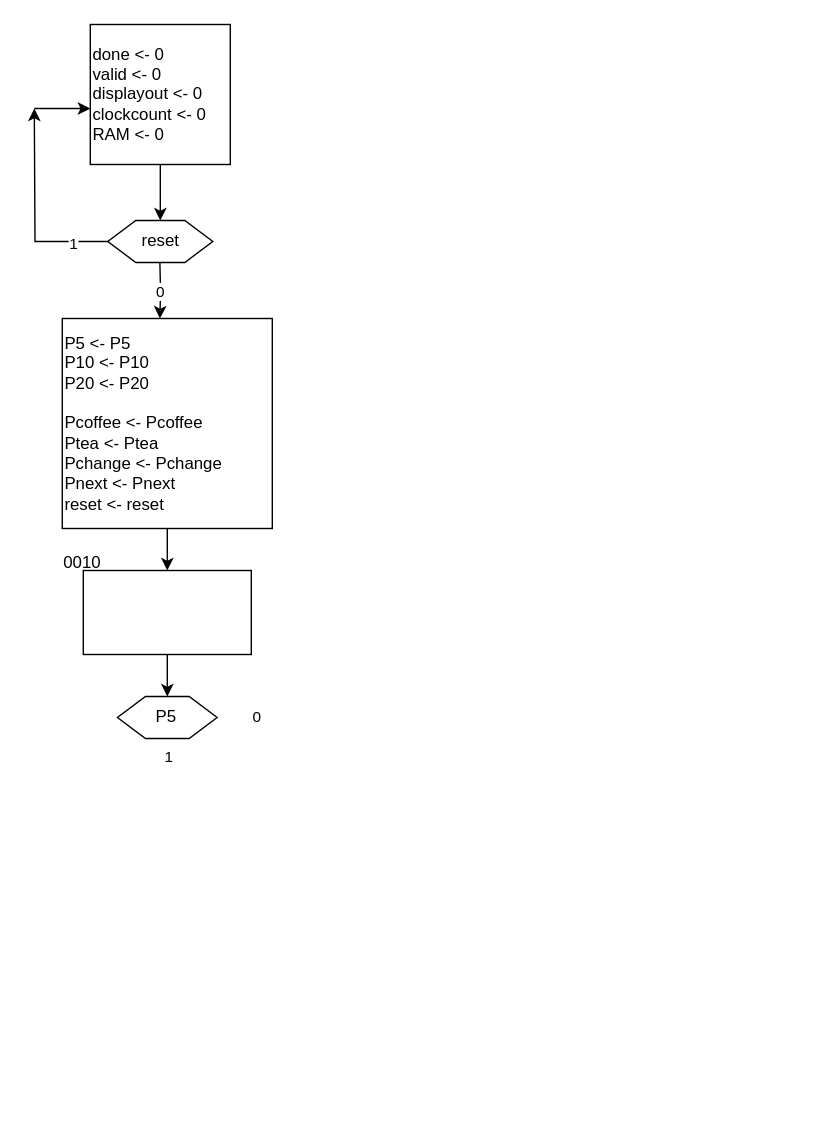
bookpanda/2110263-DIG-LOGIC-LAB-I keeps this draw.io diagram as Lab10/rom_2_ram.drawio. Above is the earlier version. Source tidied: cells renumbered, new cells numbered last; positions are measured from the earlier drawing's top-left corner, leaving out a move shared by most shapes. Both pictures are drawn from the tidied source at 140%, with x=0, y=0 at pixel (34, 24).
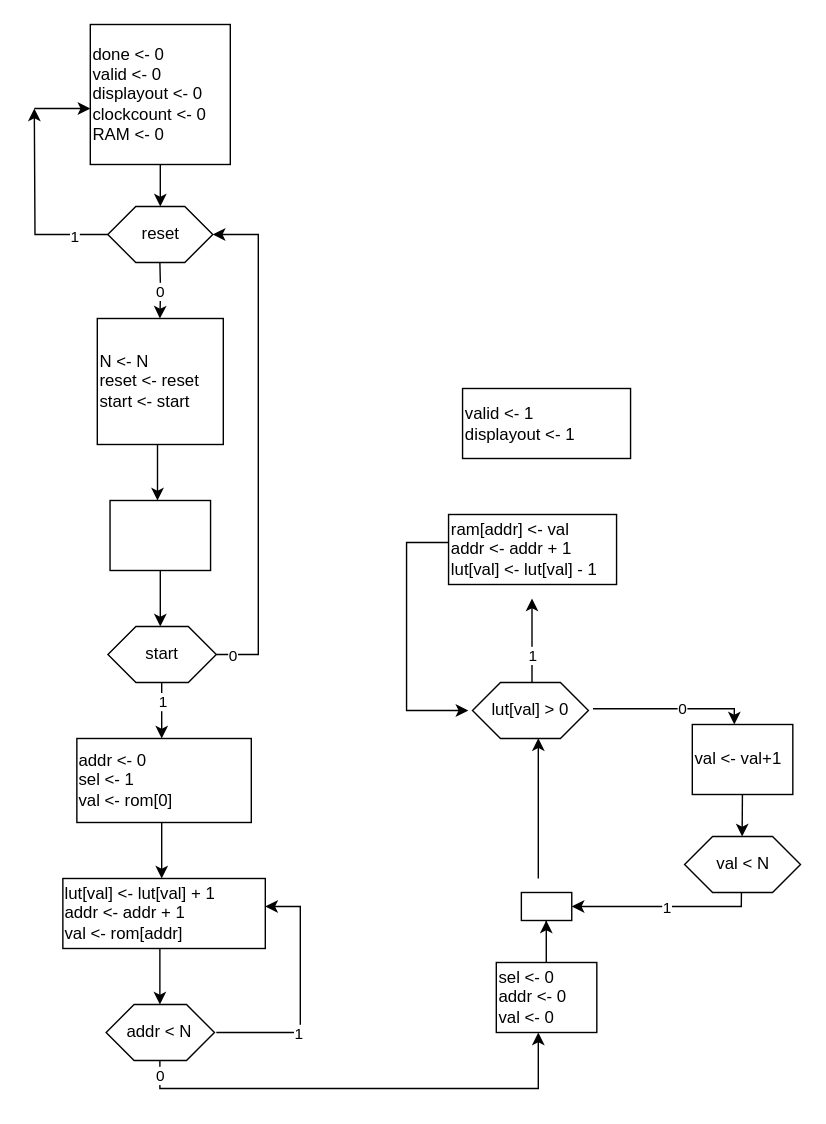
After the change.

What changed in the source:
```diff
@@
     <mxCell id="6" value="reset" style="shape=hexagon;perimeter=hexagonPerimeter2;whiteSpace=wrap;html=1;fixedSize=1;" parent="1" vertex="1">
-      <mxGeometry x="52.5" y="140" width="75" height="30" as="geometry" />
+      <mxGeometry x="52.5" y="130" width="75" height="40" as="geometry" />
     </mxCell>
@@
     <mxCell id="8" style="edgeStyle=orthogonalEdgeStyle;rounded=0;jettySize=auto;html=1;" parent="1" edge="1" source="9" target="11">
-      <mxGeometry relative="1" as="geometry" />
+      <mxGeometry relative="1" as="geometry">
+        <Array as="points">
+          <mxPoint x="88" y="310" />
+          <mxPoint x="88" y="310" />
+        </Array>
+      </mxGeometry>
     </mxCell>
-    <mxCell id="9" value="P5 &amp;lt;- P5&lt;br&gt;P10 &amp;lt;- P10&lt;br&gt;P20 &amp;lt;- P20&lt;br&gt;&lt;br&gt;Pcoffee &amp;lt;- Pcoffee&lt;br&gt;Ptea &amp;lt;- Ptea&lt;br&gt;&lt;div style=&quot;&quot;&gt;&lt;span style=&quot;background-color: initial;&quot;&gt;Pchange &amp;lt;- Pchange&lt;/span&gt;&lt;/div&gt;&lt;div style=&quot;&quot;&gt;&lt;span style=&quot;background-color: initial;&quot;&gt;Pnext &amp;lt;- Pnext&lt;br&gt;&lt;/span&gt;&lt;/div&gt;&lt;div style=&quot;&quot;&gt;reset &amp;lt;- reset&lt;/div&gt;" style="whiteSpace=wrap;html=1;align=left;" parent="1" vertex="1">
-      <mxGeometry x="20" y="210" width="150" height="150" as="geometry" />
+    <mxCell id="9" value="N &amp;lt;- N&lt;br&gt;reset &amp;lt;- reset&lt;br&gt;start &amp;lt;- start&lt;br&gt;" style="whiteSpace=wrap;html=1;align=left;" parent="1" vertex="1">
+      <mxGeometry x="45" y="210" width="90" height="90" as="geometry" />
     </mxCell>
     <mxCell id="10" style="edgeStyle=orthogonalEdgeStyle;rounded=0;jettySize=auto;html=1;" parent="1" edge="1" source="11" target="14">
-      <mxGeometry relative="1" as="geometry" />
+      <mxGeometry relative="1" as="geometry">
+        <Array as="points">
+          <mxPoint x="90" y="420" />
+          <mxPoint x="90" y="420" />
+        </Array>
+      </mxGeometry>
     </mxCell>
     <mxCell id="11" style="whiteSpace=wrap;html=1;align=left;" parent="1" vertex="1">
-      <mxGeometry x="35" y="390" width="120" height="60" as="geometry" />
+      <mxGeometry x="54.1" y="340" width="71.8" height="50" as="geometry" />
     </mxCell>
-    <mxCell id="12" value="0" style="edgeLabel;html=1;align=center;verticalAlign=middle;" parent="1" vertex="1">
-      <mxGeometry x="158.6" y="494" as="geometry" />
-    </mxCell>
-    <mxCell id="13" value="1" style="edgeLabel;html=1;align=center;verticalAlign=middle;" parent="1" vertex="1">
-      <mxGeometry x="95.1" y="522" as="geometry" />
-    </mxCell>
-    <mxCell id="14" value="P5" style="shape=hexagon;perimeter=hexagonPerimeter2;whiteSpace=wrap;html=1;fixedSize=1;" parent="1" vertex="1">
-      <mxGeometry x="59.4" y="480" width="71.2" height="30" as="geometry" />
+    <mxCell id="14" value="start" style="shape=hexagon;perimeter=hexagonPerimeter2;whiteSpace=wrap;html=1;fixedSize=1;" parent="1" vertex="1">
+      <mxGeometry x="52.6" y="430" width="77.4" height="40" as="geometry" />
     </mxCell>
-    <mxCell id="15" value="0010" style="text;html=1;align=center;verticalAlign=middle;strokeColor=none;fillColor=none;" parent="1" vertex="1">
-      <mxGeometry x="9.4" y="370" width="50" height="30" as="geometry" />
-    </mxCell>
@@
+    <mxCell id="17" style="endArrow=classic;html=1;rounded=0;entryX=1;entryY=0.5;entryDx=0;entryDy=0;" parent="1" edge="1" target="6">
+      <mxGeometry relative="1" as="geometry">
+        <mxPoint x="130" y="450" as="sourcePoint" />
+        <Array as="points">
+          <mxPoint x="160" y="450" />
+          <mxPoint x="160" y="150" />
+        </Array>
+      </mxGeometry>
+    </mxCell>
+    <mxCell id="18" value="0" style="edgeLabel;html=1;align=center;verticalAlign=middle;" parent="17" vertex="1">
+      <mxGeometry x="-0.94" relative="1" as="geometry" />
+    </mxCell>
+    <mxCell id="19" style="edgeStyle=orthogonalEdgeStyle;rounded=0;orthogonalLoop=1;jettySize=auto;html=1;" parent="1" edge="1">
+      <mxGeometry relative="1" as="geometry">
+        <mxPoint x="91" y="470" as="sourcePoint" />
+        <mxPoint x="91" y="510" as="targetPoint" />
+        <Array as="points">
+          <mxPoint x="91" y="500" />
+          <mxPoint x="91" y="500" />
+        </Array>
+      </mxGeometry>
+    </mxCell>
+    <mxCell id="20" value="1&lt;br&gt;" style="edgeLabel;html=1;align=center;verticalAlign=middle;" parent="19" vertex="1">
+      <mxGeometry x="-0.34" relative="1" as="geometry" />
+    </mxCell>
+    <mxCell id="21" value="addr &amp;lt;- 0&lt;br&gt;sel &amp;lt;- 1&lt;br&gt;val &amp;lt;- rom[0]" style="whiteSpace=wrap;html=1;align=left;" parent="1" vertex="1">
+      <mxGeometry x="30.4" y="510" width="124.6" height="60" as="geometry" />
+    </mxCell>
+    <mxCell id="22" value="sel &amp;lt;- 0&lt;br&gt;addr &amp;lt;- 0&lt;br&gt;val &amp;lt;- 0" style="whiteSpace=wrap;html=1;align=left;" parent="1" vertex="1">
+      <mxGeometry x="330" y="670" width="71.8" height="50" as="geometry" />
+    </mxCell>
+    <mxCell id="23" style="edgeStyle=orthogonalEdgeStyle;rounded=0;orthogonalLoop=1;jettySize=auto;html=1;" parent="1" edge="1">
+      <mxGeometry relative="1" as="geometry">
+        <mxPoint x="91" y="570" as="sourcePoint" />
+        <mxPoint x="91" y="610" as="targetPoint" />
+        <Array as="points">
+          <mxPoint x="91" y="600" />
+          <mxPoint x="91" y="600" />
+        </Array>
+      </mxGeometry>
+    </mxCell>
+    <mxCell id="24" value="lut[val] &amp;lt;- lut[val] + 1&lt;br style=&quot;border-color: var(--border-color);&quot;&gt;addr &amp;lt;- addr + 1&lt;br&gt;val &amp;lt;- rom[addr]" style="whiteSpace=wrap;html=1;align=left;" parent="1" vertex="1">
+      <mxGeometry x="20.4" y="610" width="144.6" height="50" as="geometry" />
+    </mxCell>
+    <mxCell id="25" value="addr &amp;lt; N" style="shape=hexagon;perimeter=hexagonPerimeter2;whiteSpace=wrap;html=1;fixedSize=1;" parent="1" vertex="1">
+      <mxGeometry x="51.3" y="700" width="77.4" height="40" as="geometry" />
+    </mxCell>
+    <mxCell id="26" style="edgeStyle=orthogonalEdgeStyle;rounded=0;orthogonalLoop=1;jettySize=auto;html=1;" parent="1" edge="1">
+      <mxGeometry relative="1" as="geometry">
+        <mxPoint x="89.7" y="660" as="sourcePoint" />
+        <mxPoint x="89.7" y="700" as="targetPoint" />
+        <Array as="points">
+          <mxPoint x="89.7" y="690" />
+          <mxPoint x="89.7" y="690" />
+        </Array>
+      </mxGeometry>
+    </mxCell>
+    <mxCell id="27" style="edgeStyle=orthogonalEdgeStyle;rounded=0;jettySize=auto;html=1;" parent="1" edge="1" target="24">
+      <mxGeometry relative="1" as="geometry">
+        <mxPoint x="130" y="720" as="sourcePoint" />
+        <Array as="points">
+          <mxPoint x="190" y="720" />
+          <mxPoint x="190" y="630" />
+        </Array>
+      </mxGeometry>
+    </mxCell>
+    <mxCell id="28" value="1&lt;br&gt;" style="edgeLabel;html=1;align=center;verticalAlign=middle;" parent="27" vertex="1">
+      <mxGeometry x="-0.34" relative="1" as="geometry" />
+    </mxCell>
+    <mxCell id="29" style="edgeStyle=orthogonalEdgeStyle;rounded=0;orthogonalLoop=1;jettySize=auto;html=1;" parent="1" edge="1">
+      <mxGeometry relative="1" as="geometry">
+        <mxPoint x="89.7" y="740" as="sourcePoint" />
+        <mxPoint x="360" y="720" as="targetPoint" />
+        <Array as="points">
+          <mxPoint x="90" y="760" />
+        </Array>
+      </mxGeometry>
+    </mxCell>
+    <mxCell id="30" value="0" style="edgeLabel;html=1;align=center;verticalAlign=middle;" parent="29" vertex="1">
+      <mxGeometry x="-0.94" relative="1" as="geometry" />
+    </mxCell>
+    <mxCell id="31" value="ram[addr] &amp;lt;- val&lt;br&gt;addr &amp;lt;- addr + 1&lt;br&gt;lut[val] &amp;lt;- lut[val] - 1" style="whiteSpace=wrap;html=1;align=left;" parent="1" vertex="1">
+      <mxGeometry x="295.9" y="350" width="120" height="50" as="geometry" />
+    </mxCell>
+    <mxCell id="32" value="lut[val] &amp;gt; 0" style="shape=hexagon;perimeter=hexagonPerimeter2;whiteSpace=wrap;html=1;fixedSize=1;" parent="1" vertex="1">
+      <mxGeometry x="313" y="470" width="82.8" height="40" as="geometry" />
+    </mxCell>
+    <mxCell id="33" style="edgeStyle=orthogonalEdgeStyle;rounded=0;orthogonalLoop=1;jettySize=auto;html=1;" parent="1" edge="1">
+      <mxGeometry relative="1" as="geometry">
+        <mxPoint x="355.5" y="440" as="sourcePoint" />
+        <mxPoint x="355.5" y="410" as="targetPoint" />
+        <Array as="points">
+          <mxPoint x="355.5" y="470" />
+          <mxPoint x="355.5" y="470" />
+        </Array>
+      </mxGeometry>
+    </mxCell>
+    <mxCell id="34" value="1" style="edgeLabel;html=1;align=center;verticalAlign=middle;" parent="33" vertex="1">
+      <mxGeometry x="0.12" relative="1" as="geometry" />
+    </mxCell>
+    <mxCell id="35" style="edgeStyle=orthogonalEdgeStyle;rounded=0;jettySize=auto;html=1;exitX=1.039;exitY=0.469;exitDx=0;exitDy=0;exitPerimeter=0;" parent="1" edge="1" source="32">
+      <mxGeometry relative="1" as="geometry">
+        <mxPoint x="500" y="500" as="targetPoint" />
+        <Array as="points">
+          <mxPoint x="500" y="489" />
+          <mxPoint x="500" y="490" />
+        </Array>
+      </mxGeometry>
+    </mxCell>
+    <mxCell id="36" value="0" style="edgeLabel;html=1;align=center;verticalAlign=middle;" parent="35" vertex="1">
+      <mxGeometry x="0.12" relative="1" as="geometry" />
+    </mxCell>
+    <mxCell id="37" value="val &amp;lt;- val+1" style="whiteSpace=wrap;html=1;align=left;" parent="1" vertex="1">
+      <mxGeometry x="470" y="500" width="71.8" height="50" as="geometry" />
+    </mxCell>
+    <mxCell id="38" style="whiteSpace=wrap;html=1;align=left;" parent="1" vertex="1">
+      <mxGeometry x="347.9" y="620" width="36" height="20" as="geometry" />
+    </mxCell>
+    <mxCell id="39" style="edgeStyle=orthogonalEdgeStyle;rounded=0;orthogonalLoop=1;jettySize=auto;html=1;" parent="1" edge="1">
+      <mxGeometry relative="1" as="geometry">
+        <mxPoint x="365.7" y="640" as="sourcePoint" />
+        <mxPoint x="365.7" y="640" as="targetPoint" />
+        <Array as="points">
+          <mxPoint x="365.7" y="670" />
+          <mxPoint x="365.7" y="670" />
+        </Array>
+      </mxGeometry>
+    </mxCell>
+    <mxCell id="40" style="endArrow=classic;html=1;rounded=0;entryX=0.568;entryY=0.995;entryDx=0;entryDy=0;entryPerimeter=0;" parent="1" edge="1" target="32">
+      <mxGeometry relative="1" as="geometry">
+        <mxPoint x="360" y="610" as="sourcePoint" />
+        <Array as="points">
+          <mxPoint x="360" y="520" />
+        </Array>
+      </mxGeometry>
+    </mxCell>
+    <mxCell id="41" style="endArrow=classic;html=1;rounded=0;entryX=1;entryY=0.5;entryDx=0;entryDy=0;" parent="1" edge="1" target="38">
+      <mxGeometry relative="1" as="geometry">
+        <mxPoint x="505.1" y="620" as="sourcePoint" />
+        <Array as="points">
+          <mxPoint x="505" y="630" />
+        </Array>
+      </mxGeometry>
+    </mxCell>
+    <mxCell id="42" value="1" style="edgeLabel;html=1;align=center;verticalAlign=middle;" parent="41" vertex="1">
+      <mxGeometry x="-0.03" relative="1" as="geometry" />
+    </mxCell>
+    <mxCell id="43" style="edgeStyle=orthogonalEdgeStyle;rounded=0;orthogonalLoop=1;jettySize=auto;html=1;" parent="1" edge="1">
+      <mxGeometry relative="1" as="geometry">
+        <mxPoint x="295.9" y="370" as="sourcePoint" />
+        <mxPoint x="310" y="490" as="targetPoint" />
+        <Array as="points">
+          <mxPoint x="265.9" y="370" />
+        </Array>
+      </mxGeometry>
+    </mxCell>
+    <mxCell id="44" value="val &amp;lt; N" style="shape=hexagon;perimeter=hexagonPerimeter2;whiteSpace=wrap;html=1;fixedSize=1;" parent="1" vertex="1">
+      <mxGeometry x="464.5" y="580" width="82.8" height="40" as="geometry" />
+    </mxCell>
+    <mxCell id="45" style="endArrow=classic;html=1;rounded=0;" parent="1" edge="1">
+      <mxGeometry relative="1" as="geometry">
+        <mxPoint x="505.8" y="550" as="sourcePoint" />
+        <mxPoint x="505.6" y="580" as="targetPoint" />
+      </mxGeometry>
+    </mxCell>
+    <mxCell id="46" value="valid &amp;lt;- 1&lt;br&gt;displayout &amp;lt;- 1" style="whiteSpace=wrap;html=1;align=left;" parent="1" vertex="1">
+      <mxGeometry x="305.9" y="260" width="120" height="50" as="geometry" />
+    </mxCell>
```
